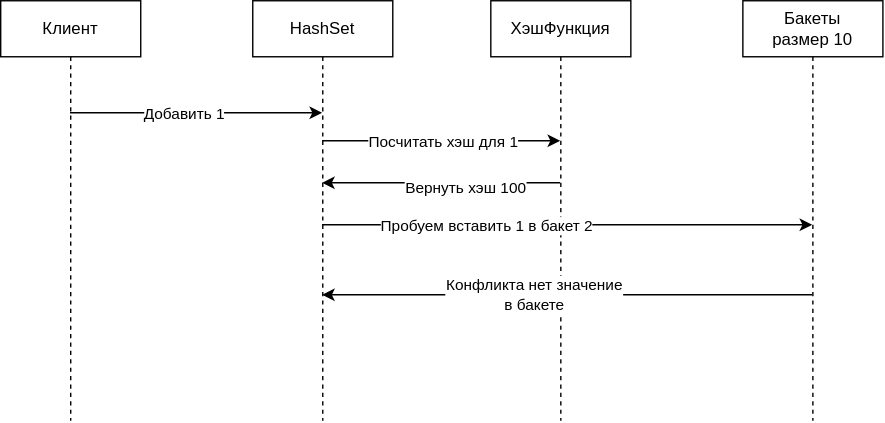
Above: База/Структуры данных/2. Быстро находить данные и проверять условия/2.3. Проверять принадлежность и уникальность/Множество (Set)/HashSet/schemes/ПроцессВставки.drawio.svg in kosukhin/catalog (draw.io), before the change. Source tidied: cells renumbered, new cells last; positions are measured from the earlier drawing's top-left corner, leaving out a move shared by most shapes.
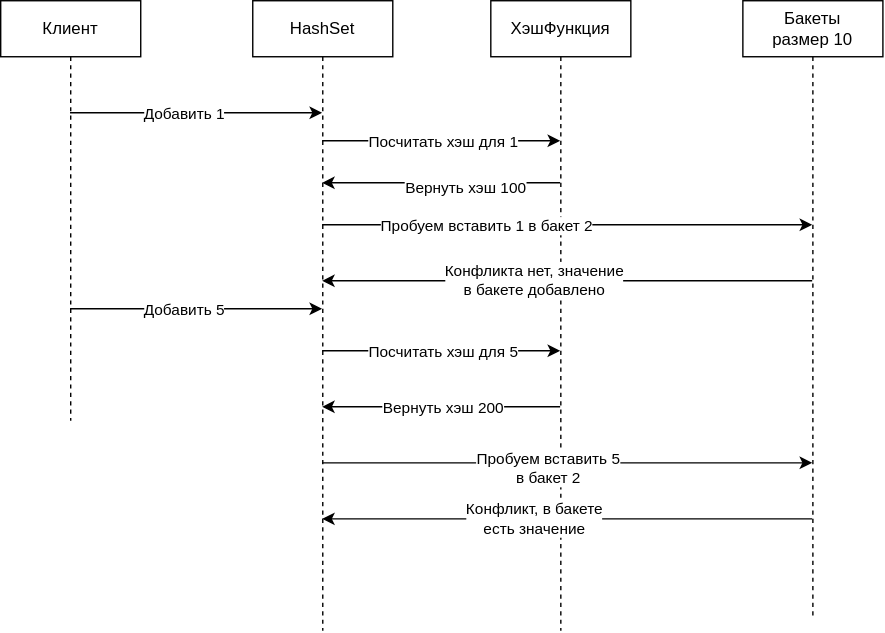
The same file after the commit.

The edit, as a diff of the source:
```diff
@@ -6,13 +6,13 @@
       <mxGeometry width="100" height="300" as="geometry" />
     </mxCell>
     <mxCell id="3" value="HashSet" style="shape=umlLifeline;perimeter=lifelinePerimeter;whiteSpace=wrap;html=1;outlineConnect=0;portConstraint=eastwest;newEdgeStyle={&quot;edgeStyle&quot;:&quot;sequenceEdgeStyle&quot;,&quot;libavoidRouting&quot;:0,&quot;curved&quot;:0,&quot;rounded&quot;:0};" parent="1" vertex="1">
-      <mxGeometry x="180" width="100" height="300" as="geometry" />
+      <mxGeometry x="180" width="100" height="450" as="geometry" />
     </mxCell>
     <mxCell id="4" value="ХэшФункция" style="shape=umlLifeline;perimeter=lifelinePerimeter;whiteSpace=wrap;html=1;outlineConnect=0;portConstraint=eastwest;newEdgeStyle={&quot;edgeStyle&quot;:&quot;sequenceEdgeStyle&quot;,&quot;libavoidRouting&quot;:0,&quot;curved&quot;:0,&quot;rounded&quot;:0};" parent="1" vertex="1">
-      <mxGeometry x="350" width="100" height="300" as="geometry" />
+      <mxGeometry x="350" width="100" height="450" as="geometry" />
     </mxCell>
     <mxCell id="5" value="Бакеты&lt;div&gt;размер 10&lt;/div&gt;" style="shape=umlLifeline;perimeter=lifelinePerimeter;whiteSpace=wrap;html=1;outlineConnect=0;portConstraint=eastwest;newEdgeStyle={&quot;edgeStyle&quot;:&quot;sequenceEdgeStyle&quot;,&quot;libavoidRouting&quot;:0,&quot;curved&quot;:0,&quot;rounded&quot;:0};" parent="1" vertex="1">
-      <mxGeometry x="530" width="100" height="300" as="geometry" />
+      <mxGeometry x="530" width="100" height="440" as="geometry" />
     </mxCell>
     <mxCell id="6" style="edgeStyle=sequenceEdgeStyle;html=1;libavoidRouting=0;curved=0;rounded=0;" parent="1" edge="1" source="2" target="3">
       <mxGeometry relative="1" as="geometry">
@@ -65,14 +65,74 @@
     <mxCell id="14" style="edgeStyle=sequenceEdgeStyle;html=1;libavoidRouting=0;curved=0;rounded=0;" parent="1" edge="1" source="5" target="3">
       <mxGeometry relative="1" as="geometry">
         <Array as="points">
-          <mxPoint x="250" y="210" />
+          <mxPoint x="404.5" y="200" />
         </Array>
       </mxGeometry>
     </mxCell>
-    <mxCell id="15" value="Конфликта нет значение&lt;div&gt;в бакете&lt;/div&gt;" style="edgeLabel;html=1;align=center;verticalAlign=middle;" parent="14" vertex="1">
+    <mxCell id="15" value="Конфликта нет, значение&lt;div&gt;в бакете добавлено&lt;/div&gt;" style="edgeLabel;html=1;align=center;verticalAlign=middle;" parent="14" vertex="1">
       <mxGeometry x="-0.17" y="-1" relative="1" as="geometry">
         <mxPoint x="-55" as="offset" />
       </mxGeometry>
     </mxCell>
+    <mxCell id="16" style="edgeStyle=sequenceEdgeStyle;html=1;libavoidRouting=0;curved=0;rounded=0;" parent="1" edge="1" source="2" target="3">
+      <mxGeometry relative="1" as="geometry">
+        <Array as="points">
+          <mxPoint x="220" y="220" />
+        </Array>
+      </mxGeometry>
+    </mxCell>
+    <mxCell id="17" value="Добавить 5" style="edgeLabel;html=1;align=center;verticalAlign=middle;" parent="16" vertex="1">
+      <mxGeometry x="0.15" relative="1" as="geometry">
+        <mxPoint x="-23" as="offset" />
+      </mxGeometry>
+    </mxCell>
+    <mxCell id="18" style="edgeStyle=sequenceEdgeStyle;html=1;libavoidRouting=0;curved=0;rounded=0;" parent="1" edge="1" source="3" target="4">
+      <mxGeometry relative="1" as="geometry">
+        <Array as="points">
+          <mxPoint x="370" y="250" />
+        </Array>
+      </mxGeometry>
+    </mxCell>
+    <mxCell id="19" value="Посчитать хэш для 5" style="edgeLabel;html=1;align=center;verticalAlign=middle;" parent="18" vertex="1">
+      <mxGeometry x="-0.12" relative="1" as="geometry">
+        <mxPoint x="11" as="offset" />
+      </mxGeometry>
+    </mxCell>
+    <mxCell id="20" style="edgeStyle=sequenceEdgeStyle;html=1;libavoidRouting=0;curved=0;rounded=0;" parent="1" edge="1" source="4" target="3">
+      <mxGeometry relative="1" as="geometry">
+        <Array as="points">
+          <mxPoint x="260" y="290" />
+        </Array>
+      </mxGeometry>
+    </mxCell>
+    <mxCell id="21" value="Вернуть хэш 200" style="edgeLabel;html=1;align=center;verticalAlign=middle;" parent="20" vertex="1">
+      <mxGeometry x="0.12" y="4" relative="1" as="geometry">
+        <mxPoint x="11" y="-4" as="offset" />
+      </mxGeometry>
+    </mxCell>
+    <mxCell id="22" style="edgeStyle=sequenceEdgeStyle;html=1;libavoidRouting=0;curved=0;rounded=0;" parent="1" edge="1" source="3" target="5">
+      <mxGeometry relative="1" as="geometry">
+        <Array as="points">
+          <mxPoint x="570" y="330" />
+        </Array>
+      </mxGeometry>
+    </mxCell>
+    <mxCell id="23" value="Пробуем вставить 5&lt;div&gt;в бакет 2&lt;/div&gt;" style="edgeLabel;html=1;align=center;verticalAlign=middle;" parent="22" vertex="1">
+      <mxGeometry x="-0.32" y="-3" relative="1" as="geometry">
+        <mxPoint x="41" as="offset" />
+      </mxGeometry>
+    </mxCell>
+    <mxCell id="24" style="edgeStyle=sequenceEdgeStyle;html=1;libavoidRouting=0;curved=0;rounded=0;" parent="1" edge="1" source="5" target="3">
+      <mxGeometry relative="1" as="geometry">
+        <Array as="points">
+          <mxPoint x="260" y="370" />
+        </Array>
+      </mxGeometry>
+    </mxCell>
+    <mxCell id="25" value="Конфликт, в бакете&amp;nbsp;&lt;div&gt;есть значение&lt;/div&gt;" style="edgeLabel;html=1;align=center;verticalAlign=middle;" parent="24" vertex="1">
+      <mxGeometry x="0.24" y="-1" relative="1" as="geometry">
+        <mxPoint x="19" as="offset" />
+      </mxGeometry>
+    </mxCell>
   </root>
 </mxGraphModel>
```
